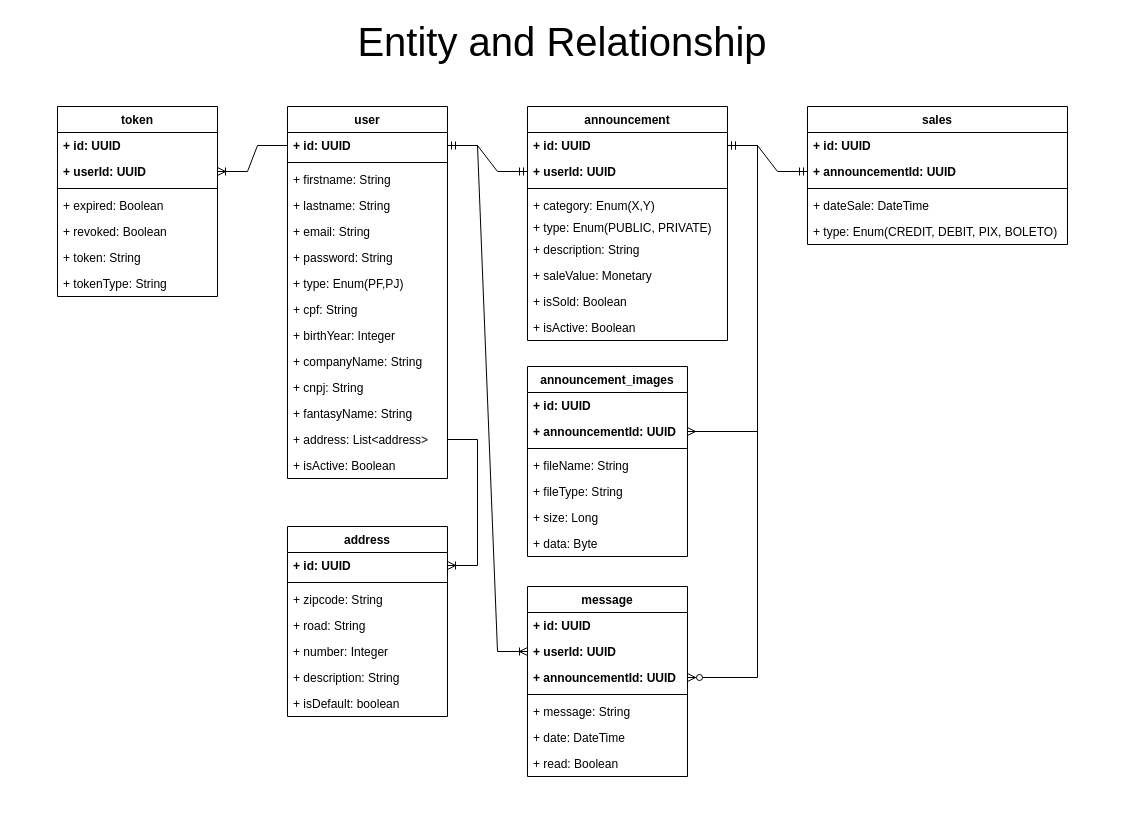
The draw.io diagram page "Entity And Relationship" (2 of 3) of MinasMarket.drawio in rhdesouza/MinasMarket, before the edit. Source tidied: cells renumbered, new cells numbered last; positions are measured from the earlier drawing's top-left corner, leaving out a move shared by most shapes. Both pictures are drawn from the tidied source at 100%, with x=0, y=0 at pixel (17, 26).
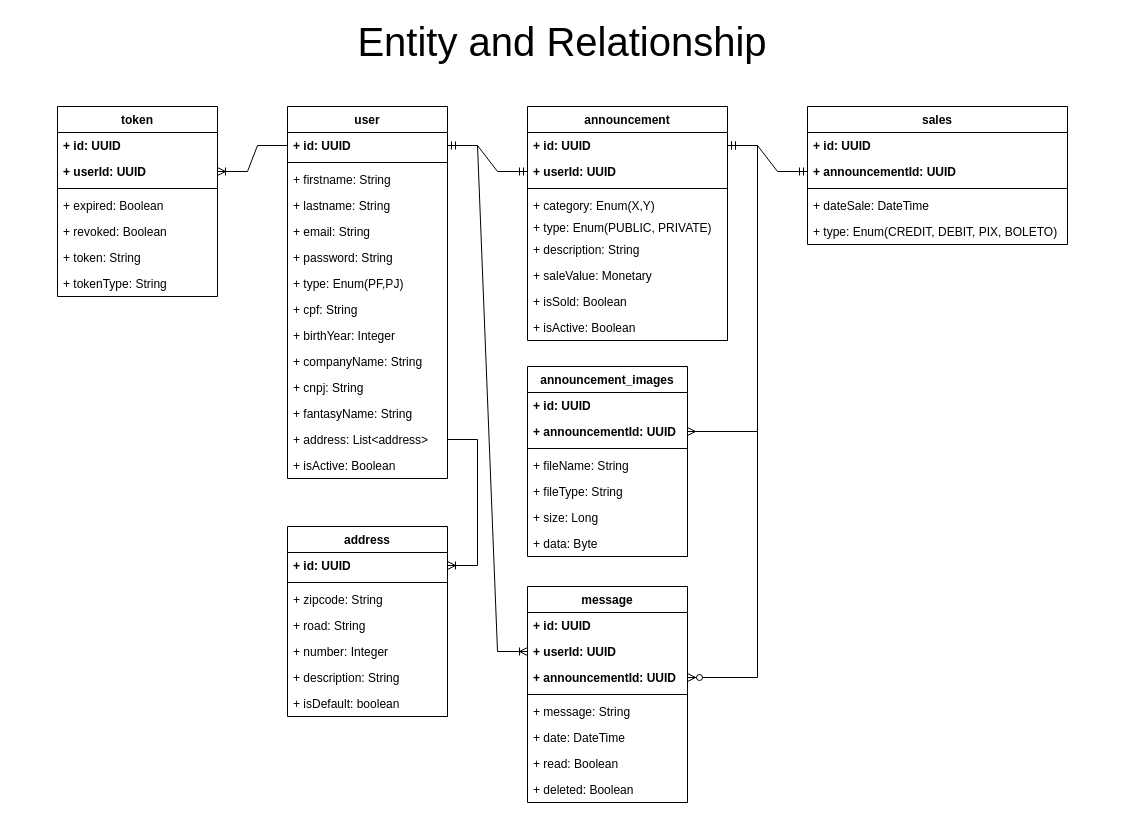
The same diagram, later.

Change to the diagram source:
```diff
@@
     <mxCell id="9" value="message" style="swimlane;fontStyle=1;align=center;verticalAlign=top;horizontal=1;startSize=26;whiteSpace=wrap;html=1;rounded=0;" parent="1" vertex="1">
-      <mxGeometry x="510" y="560" width="160" height="190" as="geometry" />
+      <mxGeometry x="510" y="560" width="160" height="216" as="geometry" />
     </mxCell>
@@
+    <mxCell id="74" value="+ deleted: Boolean" style="text;strokeColor=none;fillColor=none;align=left;verticalAlign=top;spacingLeft=4;spacingRight=4;overflow=hidden;whiteSpace=wrap;html=1;rounded=0;" parent="9" vertex="1">
+      <mxGeometry y="190" width="160" height="26" as="geometry" />
+    </mxCell>
```
